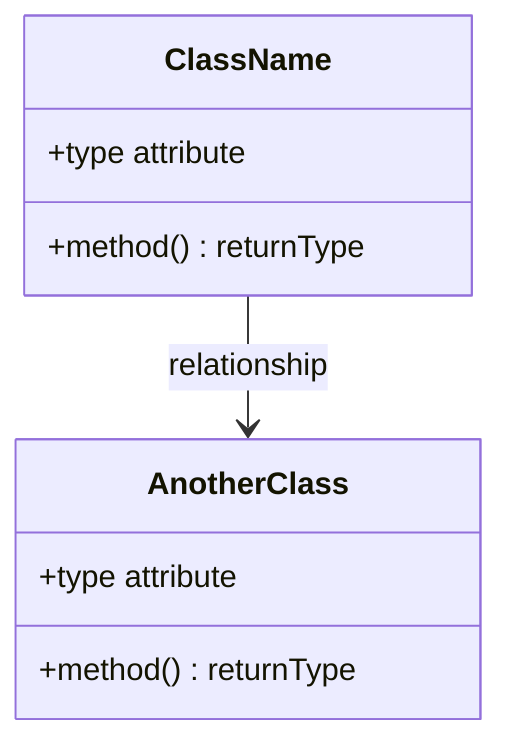
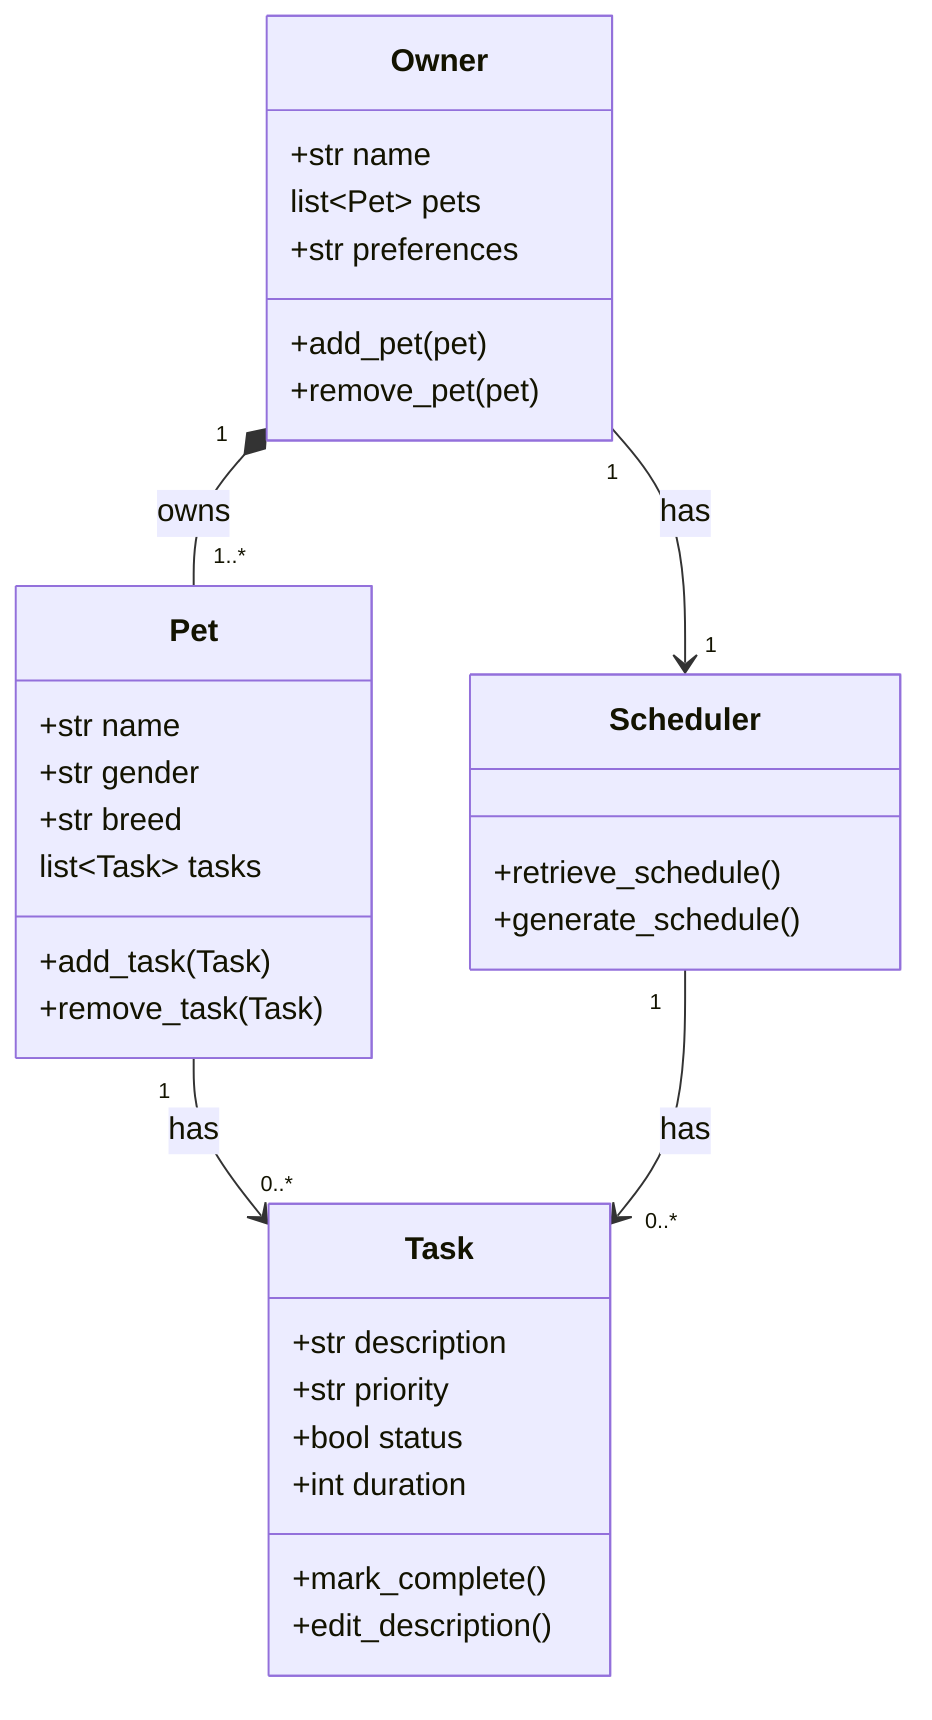
classDiagram
    %% Replace the placeholders below with your actual classes, attributes, methods, and relationships.
    %% Keep this file updated so it matches your final implementation.

-     class ClassName {
-         +type attribute
-         +method() returnType
+     %% class ClassName {
+     %%    +type attribute
+     %%    +method() returnType
+     %% }
+ 
+     %% class AnotherClass {
+     %%    +type attribute
+     %%    +method() returnType
+     %% }
+ 
+     %% ClassName --> AnotherClass : relationship
+ 
+     class Owner {
+         +str name
+         list~Pet~ pets
+         +str preferences
+         +add_pet(pet)
+         +remove_pet(pet)
    }

-     class AnotherClass {
-         +type attribute
-         +method() returnType
+     class Pet {
+         +str name
+         +str gender
+         +str breed
+         list~Task~ tasks
+         +add_task(Task)
+         +remove_task(Task)
    }

-     ClassName --> AnotherClass : relationship
+     class Task {
+         +str description
+         +str priority
+         +bool status
+         +int duration
+         +mark_complete()
+         +edit_description()
+     }
+ 
+     class Scheduler {
+         +retrieve_schedule()
+         +generate_schedule()
+     }
+ 
+     Owner "1" *-- "1..*" Pet : owns
+     Owner "1" --> "1" Scheduler : has
+     Pet "1" --> "0..*" Task : has
+     Scheduler "1" --> "0..*" Task : has